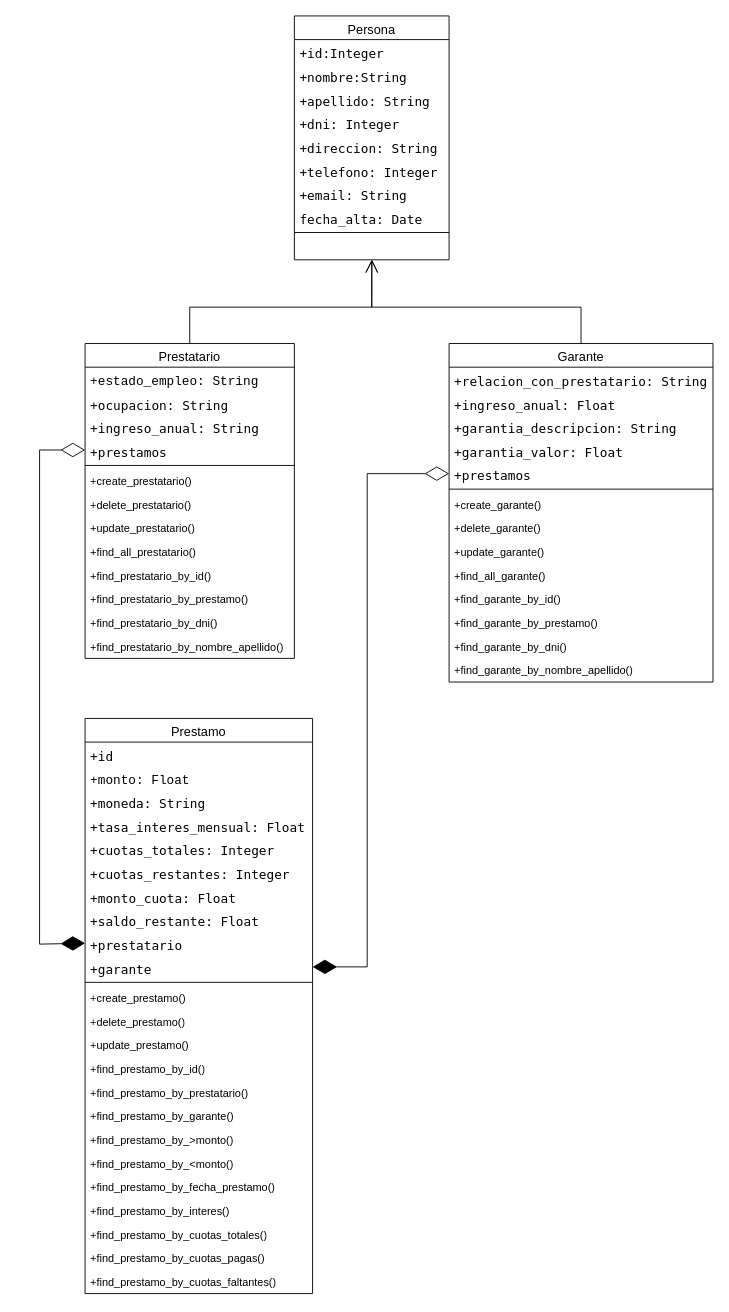
Above: documentacion/diagrama_de_clases.drawio in HuguitoEstudia/DesarrolloWebProyecto2doCuatrimestre (draw.io), before the change. Source tidied: cells renumbered, new cells numbered last; positions are measured from the earlier drawing's top-left corner, leaving out a move shared by most shapes. Both pictures are drawn from the tidied source at 91%, with x=0, y=0 at pixel (39, 15).
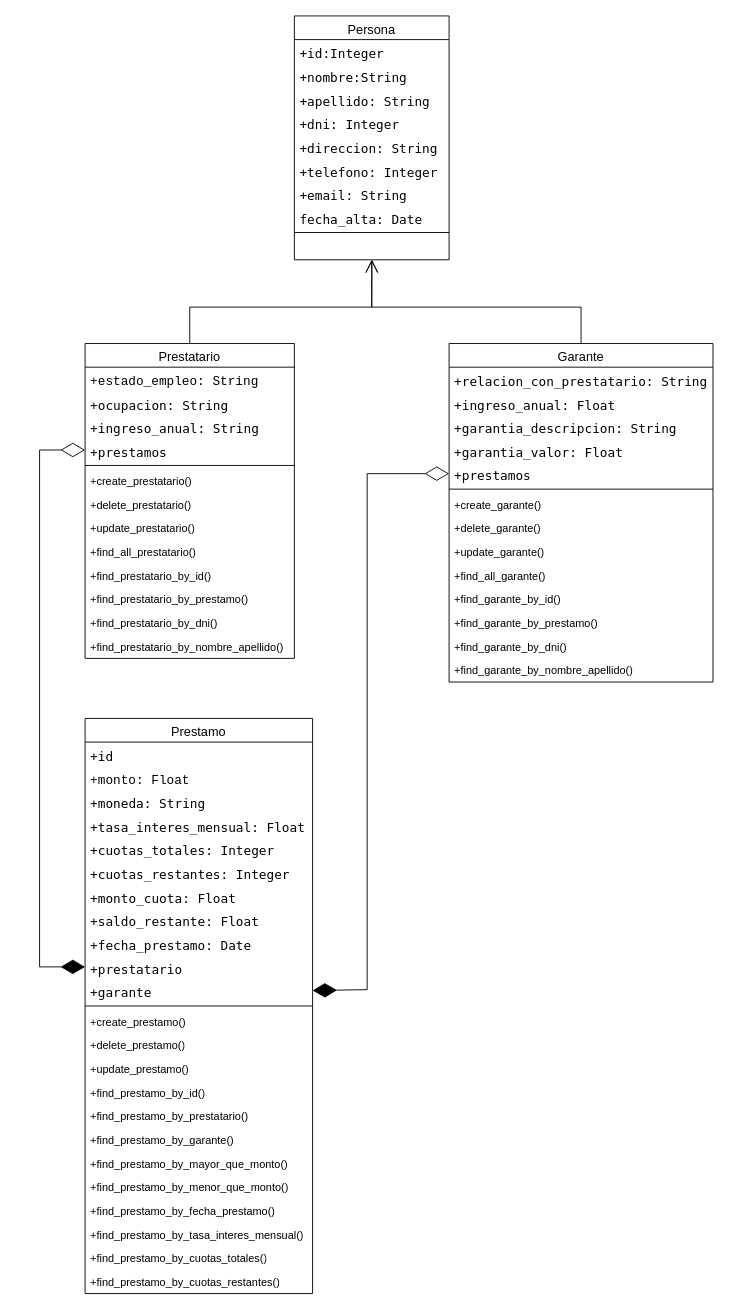
The same page after the edit.

Unchanged cells that the change refers to:
```xml
<mxCell id="18" value="&lt;div style=&quot;font-family: &amp;quot;Droid Sans Mono&amp;quot;, &amp;quot;monospace&amp;quot;, monospace; font-size: 14px; line-height: 19px; white-space: pre;&quot;&gt;&lt;span&gt;&lt;font style=&quot;color: light-dark(rgb(0, 0, 0), rgb(255, 255, 255));&quot;&gt;+prestamos&lt;/font&gt;&lt;/span&gt;&lt;/div&gt;" style="text;strokeColor=none;fillColor=none;align=left;verticalAlign=top;spacingLeft=4;spacingRight=4;overflow=hidden;points=[[0,0.5],[1,0.5]];portConstraint=eastwest;whiteSpace=wrap;html=1;" parent="13" vertex="1">
  <mxGeometry y="130" width="290" height="26" as="geometry" />
</mxCell>
<mxCell id="32" value="&lt;div style=&quot;font-family: &amp;quot;Droid Sans Mono&amp;quot;, &amp;quot;monospace&amp;quot;, monospace; font-size: 14px; line-height: 19px; white-space: pre;&quot;&gt;&lt;span&gt;&lt;font style=&quot;color: light-dark(rgb(0, 0, 0), rgb(255, 255, 255));&quot;&gt;+prestamos&lt;/font&gt;&lt;/span&gt;&lt;/div&gt;" style="text;strokeColor=none;fillColor=none;align=left;verticalAlign=top;spacingLeft=4;spacingRight=4;overflow=hidden;points=[[0,0.5],[1,0.5]];portConstraint=eastwest;whiteSpace=wrap;html=1;" parent="28" vertex="1">
  <mxGeometry y="104" width="230" height="26" as="geometry" />
</mxCell>
<mxCell id="42" value="&lt;span style=&quot;font-size: 14px; font-weight: 400;&quot;&gt;Prestamo&lt;/span&gt;" style="swimlane;fontStyle=1;align=center;verticalAlign=top;horizontal=1;startSize=26;whiteSpace=wrap;html=1;" parent="1" vertex="1">
  <mxGeometry x="50" y="772" width="250" height="632" as="geometry" />
</mxCell>
```

Change to the diagram source:
```diff
@@
+    <mxCell id="71" value="&lt;div style=&quot;font-family: &amp;quot;Droid Sans Mono&amp;quot;, &amp;quot;monospace&amp;quot;, monospace; font-size: 14px; line-height: 19px; white-space: pre;&quot;&gt;&lt;span&gt;&lt;font style=&quot;color: light-dark(rgb(0, 0, 0), rgb(255, 255, 255));&quot;&gt;+fecha_prestamo: Date&lt;/font&gt;&lt;/span&gt;&lt;/div&gt;" style="text;strokeColor=none;fillColor=none;align=left;verticalAlign=top;spacingLeft=4;spacingRight=4;overflow=hidden;whiteSpace=wrap;html=1;" parent="42" vertex="1">
+      <mxGeometry y="234" width="250" height="26" as="geometry" />
+    </mxCell>
     <mxCell id="51" value="&lt;div style=&quot;font-family: &amp;quot;Droid Sans Mono&amp;quot;, &amp;quot;monospace&amp;quot;, monospace; font-size: 14px; line-height: 19px; white-space: pre;&quot;&gt;&lt;span&gt;&lt;font style=&quot;color: light-dark(rgb(0, 0, 0), rgb(255, 255, 255));&quot;&gt;+prestatario&lt;/font&gt;&lt;/span&gt;&lt;/div&gt;" style="text;strokeColor=none;fillColor=none;align=left;verticalAlign=top;spacingLeft=4;spacingRight=4;overflow=hidden;points=[[0,0.5],[1,0.5]];portConstraint=eastwest;whiteSpace=wrap;html=1;" parent="42" vertex="1">
-      <mxGeometry y="234" width="250" height="26" as="geometry" />
+      <mxGeometry y="260" width="250" height="26" as="geometry" />
     </mxCell>
     <mxCell id="52" value="&lt;div style=&quot;font-family: &amp;quot;Droid Sans Mono&amp;quot;, &amp;quot;monospace&amp;quot;, monospace; font-size: 14px; line-height: 19px; white-space: pre;&quot;&gt;&lt;span&gt;&lt;font style=&quot;color: light-dark(rgb(0, 0, 0), rgb(255, 255, 255));&quot;&gt;+garante&lt;/font&gt;&lt;/span&gt;&lt;/div&gt;" style="text;strokeColor=none;fillColor=none;align=left;verticalAlign=top;spacingLeft=4;spacingRight=4;overflow=hidden;points=[[0,0.5],[1,0.5]];portConstraint=eastwest;whiteSpace=wrap;html=1;" parent="42" vertex="1">
-      <mxGeometry y="260" width="250" height="26" as="geometry" />
+      <mxGeometry y="286" width="250" height="26" as="geometry" />
     </mxCell>
-    <mxCell id="53" style="line;strokeWidth=1;fillColor=none;align=left;verticalAlign=middle;spacingTop=-1;spacingLeft=3;spacingRight=3;labelPosition=right;strokeColor=inherit;" parent="42" vertex="1">
-      <mxGeometry y="286" width="250" height="8" as="geometry" />
-    </mxCell>
+    <mxCell id="72" style="line;strokeWidth=1;fillColor=none;align=left;verticalAlign=middle;spacingTop=-1;spacingLeft=3;spacingRight=3;labelPosition=right;strokeColor=inherit;" parent="42" vertex="1">
+      <mxGeometry y="312" width="250" height="8" as="geometry" />
+    </mxCell>
     <mxCell id="54" value="+create_prestamo()" style="text;strokeColor=none;fillColor=none;align=left;verticalAlign=top;spacingLeft=4;spacingRight=4;overflow=hidden;whiteSpace=wrap;html=1;" parent="42" vertex="1">
-      <mxGeometry y="294" width="250" height="26" as="geometry" />
+      <mxGeometry y="320" width="250" height="26" as="geometry" />
     </mxCell>
     <mxCell id="55" value="+delete_prestamo()" style="text;strokeColor=none;fillColor=none;align=left;verticalAlign=top;spacingLeft=4;spacingRight=4;overflow=hidden;whiteSpace=wrap;html=1;" parent="42" vertex="1">
-      <mxGeometry y="320" width="250" height="26" as="geometry" />
+      <mxGeometry y="346" width="250" height="26" as="geometry" />
     </mxCell>
     <mxCell id="56" value="+update_prestamo()" style="text;strokeColor=none;fillColor=none;align=left;verticalAlign=top;spacingLeft=4;spacingRight=4;overflow=hidden;whiteSpace=wrap;html=1;" parent="42" vertex="1">
-      <mxGeometry y="346" width="250" height="26" as="geometry" />
+      <mxGeometry y="372" width="250" height="26" as="geometry" />
     </mxCell>
     <mxCell id="57" value="+find_prestamo_by_id()" style="text;strokeColor=none;fillColor=none;align=left;verticalAlign=top;spacingLeft=4;spacingRight=4;overflow=hidden;whiteSpace=wrap;html=1;" parent="42" vertex="1">
-      <mxGeometry y="372" width="250" height="26" as="geometry" />
+      <mxGeometry y="398" width="250" height="26" as="geometry" />
     </mxCell>
     <mxCell id="58" value="+find_prestamo_by_prestatario()" style="text;strokeColor=none;fillColor=none;align=left;verticalAlign=top;spacingLeft=4;spacingRight=4;overflow=hidden;whiteSpace=wrap;html=1;" parent="42" vertex="1">
-      <mxGeometry y="398" width="250" height="26" as="geometry" />
+      <mxGeometry y="424" width="250" height="26" as="geometry" />
     </mxCell>
     <mxCell id="59" value="+find_prestamo_by_garante()" style="text;strokeColor=none;fillColor=none;align=left;verticalAlign=top;spacingLeft=4;spacingRight=4;overflow=hidden;whiteSpace=wrap;html=1;" parent="42" vertex="1">
-      <mxGeometry y="424" width="250" height="26" as="geometry" />
+      <mxGeometry y="450" width="250" height="26" as="geometry" />
     </mxCell>
-    <mxCell id="60" value="+find_prestamo_by_&amp;gt;monto()" style="text;strokeColor=none;fillColor=none;align=left;verticalAlign=top;spacingLeft=4;spacingRight=4;overflow=hidden;whiteSpace=wrap;html=1;" parent="42" vertex="1">
-      <mxGeometry y="450" width="250" height="26" as="geometry" />
-    </mxCell>
-    <mxCell id="61" value="+find_prestamo_by_&amp;lt;monto()" style="text;strokeColor=none;fillColor=none;align=left;verticalAlign=top;spacingLeft=4;spacingRight=4;overflow=hidden;whiteSpace=wrap;html=1;" parent="42" vertex="1">
-      <mxGeometry y="476" width="250" height="26" as="geometry" />
-    </mxCell>
+    <mxCell id="73" value="+find_prestamo_by_mayor_que_monto()" style="text;strokeColor=none;fillColor=none;align=left;verticalAlign=top;spacingLeft=4;spacingRight=4;overflow=hidden;whiteSpace=wrap;html=1;" parent="42" vertex="1">
+      <mxGeometry y="476" width="250" height="26" as="geometry" />
+    </mxCell>
+    <mxCell id="74" value="+find_prestamo_by_menor_que_monto()" style="text;strokeColor=none;fillColor=none;align=left;verticalAlign=top;spacingLeft=4;spacingRight=4;overflow=hidden;whiteSpace=wrap;html=1;" parent="42" vertex="1">
+      <mxGeometry y="502" width="250" height="26" as="geometry" />
+    </mxCell>
     <mxCell id="62" value="+find_prestamo_by_fecha_prestamo()" style="text;strokeColor=none;fillColor=none;align=left;verticalAlign=top;spacingLeft=4;spacingRight=4;overflow=hidden;whiteSpace=wrap;html=1;" parent="42" vertex="1">
-      <mxGeometry y="502" width="250" height="26" as="geometry" />
+      <mxGeometry y="528" width="250" height="26" as="geometry" />
     </mxCell>
-    <mxCell id="63" value="+find_prestamo_by_interes()" style="text;strokeColor=none;fillColor=none;align=left;verticalAlign=top;spacingLeft=4;spacingRight=4;overflow=hidden;whiteSpace=wrap;html=1;" parent="42" vertex="1">
-      <mxGeometry y="528" width="250" height="26" as="geometry" />
-    </mxCell>
+    <mxCell id="75" value="+find_prestamo_by_tasa_interes_mensual()" style="text;strokeColor=none;fillColor=none;align=left;verticalAlign=top;spacingLeft=4;spacingRight=4;overflow=hidden;whiteSpace=wrap;html=1;" parent="42" vertex="1">
+      <mxGeometry y="554" width="250" height="26" as="geometry" />
+    </mxCell>
     <mxCell id="64" value="+find_prestamo_by_cuotas_totales()" style="text;strokeColor=none;fillColor=none;align=left;verticalAlign=top;spacingLeft=4;spacingRight=4;overflow=hidden;whiteSpace=wrap;html=1;" parent="42" vertex="1">
-      <mxGeometry y="554" width="250" height="26" as="geometry" />
+      <mxGeometry y="580" width="250" height="26" as="geometry" />
     </mxCell>
-    <mxCell id="65" value="+find_prestamo_by_cuotas_pagas()" style="text;strokeColor=none;fillColor=none;align=left;verticalAlign=top;spacingLeft=4;spacingRight=4;overflow=hidden;whiteSpace=wrap;html=1;" parent="42" vertex="1">
-      <mxGeometry y="580" width="250" height="26" as="geometry" />
-    </mxCell>
-    <mxCell id="66" value="+find_prestamo_by_cuotas_faltantes()" style="text;strokeColor=none;fillColor=none;align=left;verticalAlign=top;spacingLeft=4;spacingRight=4;overflow=hidden;whiteSpace=wrap;html=1;" parent="42" vertex="1">
-      <mxGeometry y="606" width="250" height="26" as="geometry" />
-    </mxCell>
+    <mxCell id="76" value="+find_prestamo_by_cuotas_restantes()" style="text;strokeColor=none;fillColor=none;align=left;verticalAlign=top;spacingLeft=4;spacingRight=4;overflow=hidden;whiteSpace=wrap;html=1;" parent="42" vertex="1">
+      <mxGeometry y="606" width="250" height="26" as="geometry" />
+    </mxCell>
@@
     <mxCell id="69" style="endArrow=diamondThin;endFill=0;endSize=24;html=1;rounded=0;startArrow=diamondThin;startFill=1;startSize=24;exitX=1;exitY=0.5;exitDx=0;exitDy=0;entryX=0;entryY=0.5;entryDx=0;entryDy=0;" parent="1" edge="1" source="52" target="18">
       <mxGeometry relative="1" as="geometry">
         <Array as="points">
-          <mxPoint x="360" y="1045" />
+          <mxPoint x="360" y="1070" />
           <mxPoint x="360" y="503" />
         </Array>
       </mxGeometry>
     </mxCell>
     <mxCell id="70" style="endArrow=diamondThin;endFill=0;endSize=24;html=1;rounded=0;startArrow=diamondThin;startFill=1;startSize=24;exitX=0;exitY=0.5;exitDx=0;exitDy=0;entryX=0;entryY=0.5;entryDx=0;entryDy=0;" parent="1" edge="1" source="51" target="32">
       <mxGeometry relative="1" as="geometry">
         <Array as="points">
-          <mxPoint y="1020" />
+          <mxPoint y="1045" />
           <mxPoint y="477" />
         </Array>
       </mxGeometry>
     </mxCell>
```
